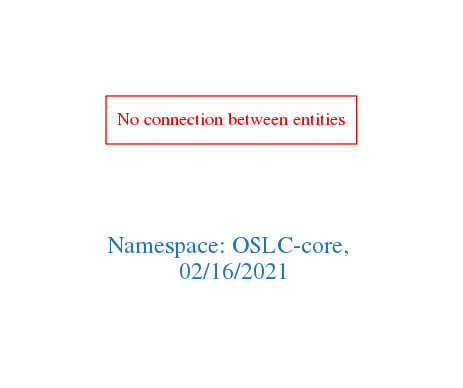
Earlier version of the Graphviz export downloads/OSLC-core.png (arago/OGIT). Its source is kept beside it as downloads/OSLC-core.dot.
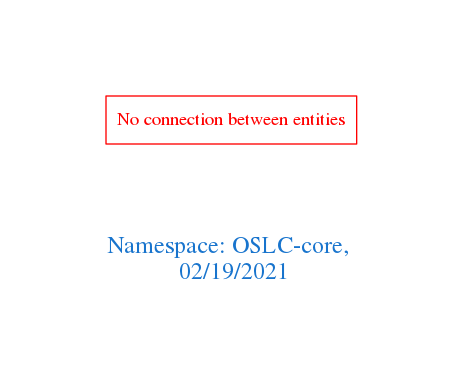
The same diagram one commit later.

Change to the diagram source:
```diff
@@ -1,7 +1,7 @@
 digraph OGIT_ontology {
  graph [ rankdir= LR,pad=1
 fontsize = 18,
-fontcolor= dodgerblue3,label = "\n\n\nNamespace: OSLC-core, \n 02/16/2021"];
+fontcolor= dodgerblue3,label = "\n\n\nNamespace: OSLC-core, \n 02/19/2021"];
 node[shape=polygon];
 edge [  color="gray81"];
 
```
